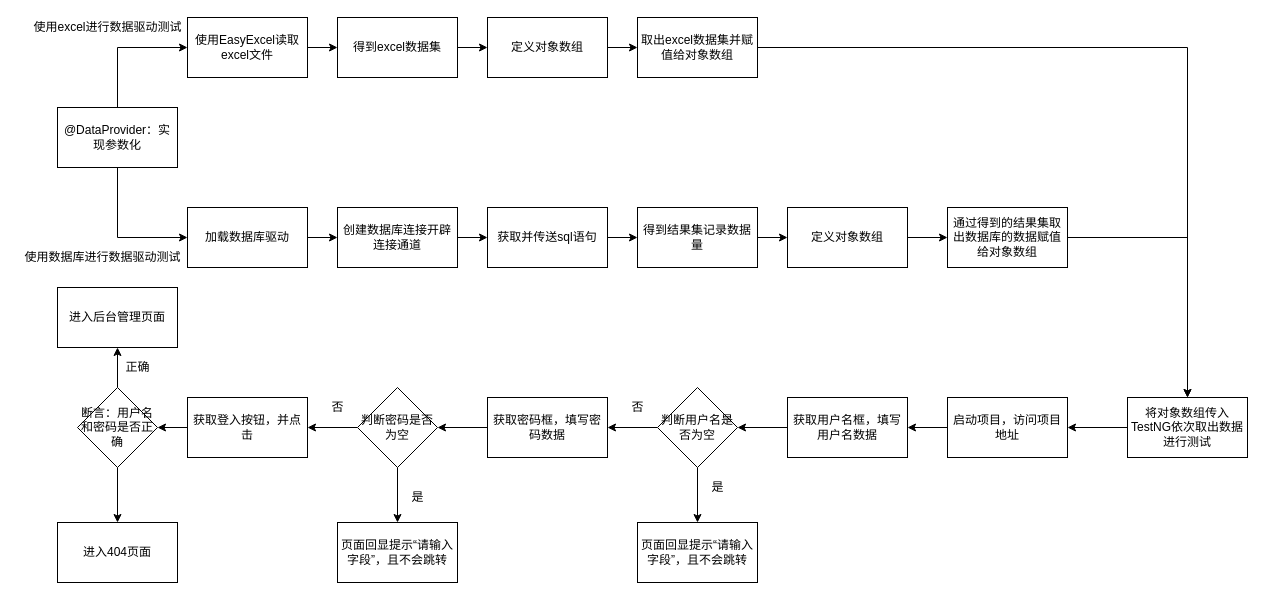
Before: page "第 1 页" (1 of 2) of 图片文件/软件测试实验大作业.drawio in zkjx/software-quality-testing, a draw.io diagram. Source tidied: cells renumbered, new cells numbered last; positions are measured from the earlier drawing's top-left corner, leaving out a move shared by most shapes. Both pictures are drawn from the tidied source at 100%, with x=0, y=0 at pixel (17, 17).
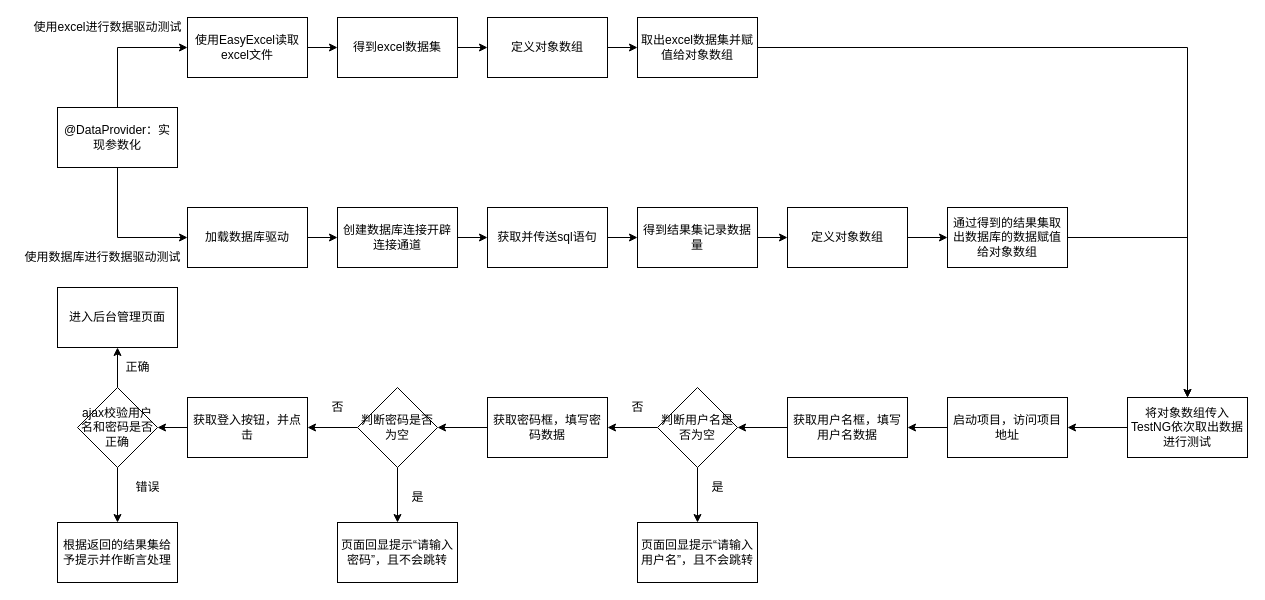
The same page after the edit.

Diff of the diagram source:
```diff
@@
-    <mxCell id="31" value="页面回显提示“请输入字段”，且不会跳转" style="rounded=0;whiteSpace=wrap;html=1;" parent="1" vertex="1">
+    <mxCell id="31" value="页面回显提示“请输入用户名”，且不会跳转" style="rounded=0;whiteSpace=wrap;html=1;" parent="1" vertex="1">
       <mxGeometry x="620" y="505" width="120" height="60" as="geometry" />
     </mxCell>
@@
-    <mxCell id="37" value="页面回显提示“请输入字段”，且不会跳转" style="rounded=0;whiteSpace=wrap;html=1;" parent="1" vertex="1">
+    <mxCell id="37" value="页面回显提示“请输入密码”，且不会跳转" style="rounded=0;whiteSpace=wrap;html=1;" parent="1" vertex="1">
       <mxGeometry x="320" y="505" width="120" height="60" as="geometry" />
     </mxCell>
@@
-    <mxCell id="41" value="断言：用户名和密码是否正确" style="rhombus;whiteSpace=wrap;html=1;" parent="1" vertex="1">
+    <mxCell id="41" value="ajax校验用户名和密码是否正确" style="rhombus;whiteSpace=wrap;html=1;" parent="1" vertex="1">
       <mxGeometry x="60" y="370" width="80" height="80" as="geometry" />
     </mxCell>
@@
-    <mxCell id="44" value="进入404页面" style="rounded=0;whiteSpace=wrap;html=1;" parent="1" vertex="1">
+    <mxCell id="44" value="根据返回的结果集给予提示并作断言处理" style="rounded=0;whiteSpace=wrap;html=1;" parent="1" vertex="1">
       <mxGeometry x="40" y="505" width="120" height="60" as="geometry" />
     </mxCell>
@@
+    <mxCell id="55" value="错误" style="text;html=1;align=center;verticalAlign=middle;strokeColor=none;fillColor=none;" parent="1" vertex="1">
+      <mxGeometry x="110" y="460" width="40" height="20" as="geometry" />
+    </mxCell>
```
